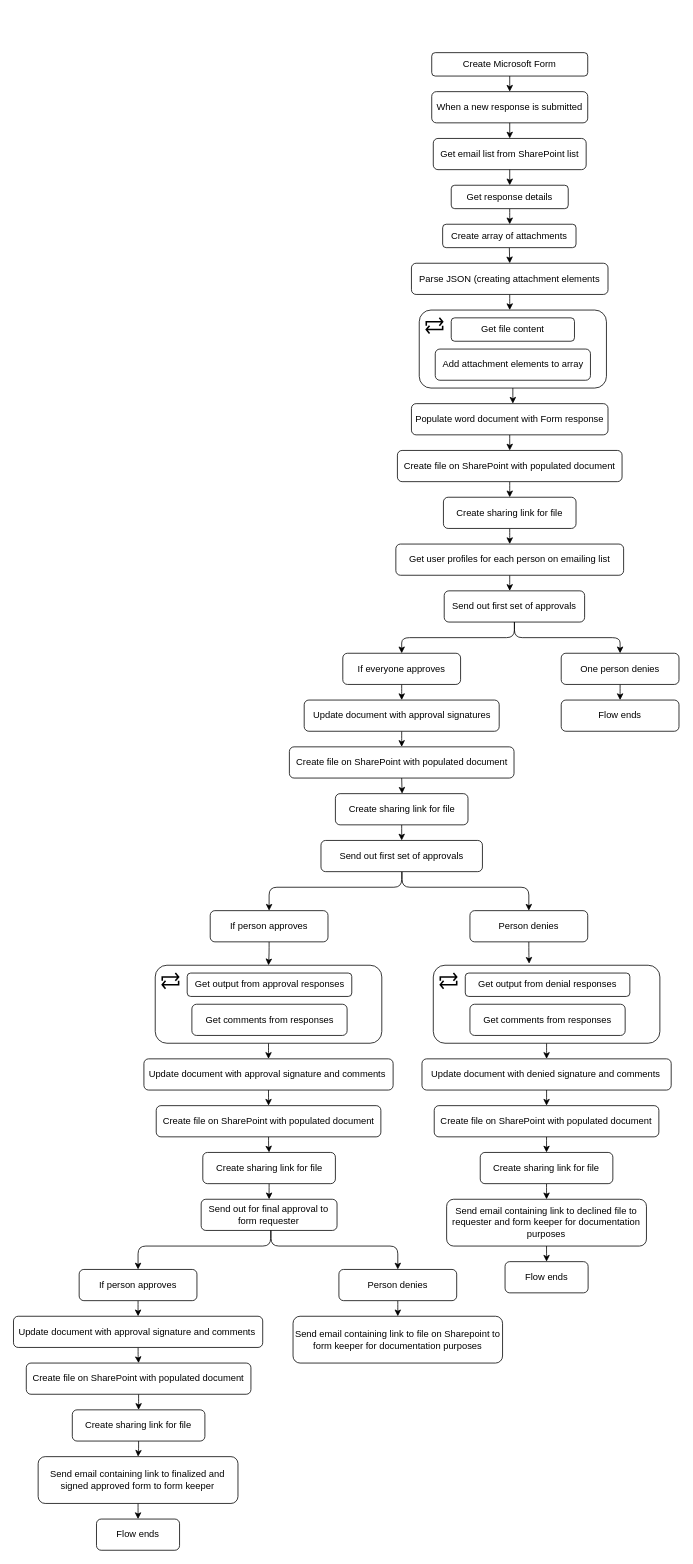
Earlier version of the draw.io diagram Untitled Diagram.drawio (DianaJimenez23/Leave-of-Absence-Request-Form-Automation). Source tidied: cells renumbered, new cells numbered last; positions are measured from the earlier drawing's top-left corner, leaving out a move shared by most shapes. Both pictures are drawn from the tidied source at 78%, with x=0, y=0 at pixel (13, 52).
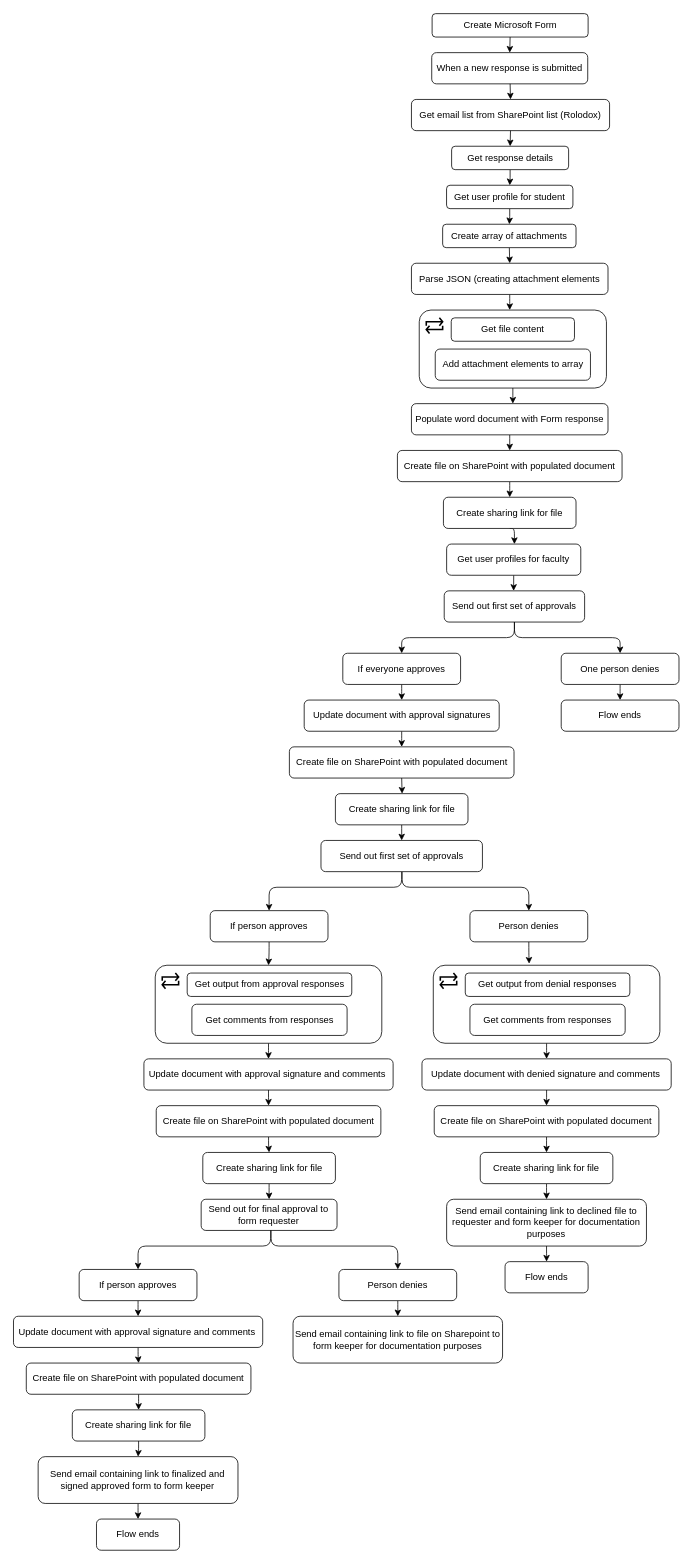
After the change.

Unchanged cells that the change refers to:
```xml
<mxCell id="9" value="Create array of attachments" style="whiteSpace=wrap;html=1;rounded=1;" parent="1" vertex="1">
  <mxGeometry x="550" y="220" width="171" height="30" as="geometry" />
</mxCell>
<mxCell id="25" value="Create sharing link for file" style="whiteSpace=wrap;html=1;rounded=1;" parent="1" vertex="1">
  <mxGeometry x="551" y="570" width="170" height="40" as="geometry" />
</mxCell>
```

Diff of the diagram source:
```diff
@@
     <mxCell id="2" value="When a new response is submitted" style="whiteSpace=wrap;html=1;fontSize=12;glass=0;strokeWidth=1;shadow=0;rounded=1;" parent="1" vertex="1">
-      <mxGeometry x="536" y="50" width="200" height="40" as="geometry" />
+      <mxGeometry x="536" width="200" height="40" as="geometry" />
     </mxCell>
-    <mxCell id="3" value="Get email list from SharePoint list" style="whiteSpace=wrap;html=1;rounded=1;" parent="1" vertex="1">
-      <mxGeometry x="538" y="110" width="196" height="40" as="geometry" />
+    <mxCell id="3" value="Get email list from SharePoint list (Rolodox)" style="whiteSpace=wrap;html=1;rounded=1;" parent="1" vertex="1">
+      <mxGeometry x="510" y="60" width="254" height="40" as="geometry" />
     </mxCell>
-    <mxCell id="4" style="edgeStyle=elbowEdgeStyle;jettySize=auto;html=1;exitX=0.5;exitY=1;exitDx=0;exitDy=0;" parent="1" edge="1" source="5" target="9">
-      <mxGeometry relative="1" as="geometry" />
-    </mxCell>
+    <mxCell id="95" style="edgeStyle=elbowEdgeStyle;rounded=0;jettySize=auto;elbow=vertical;html=1;exitX=0.5;exitY=1;exitDx=0;exitDy=0;entryX=0.5;entryY=0;entryDx=0;entryDy=0;" parent="1" edge="1" source="5" target="97">
+      <mxGeometry relative="1" as="geometry" />
+    </mxCell>
     <mxCell id="5" value="Get response details" style="whiteSpace=wrap;html=1;rounded=1;" parent="1" vertex="1">
-      <mxGeometry x="561" y="170" width="150" height="30" as="geometry" />
+      <mxGeometry x="561.5" y="120" width="150" height="30" as="geometry" />
     </mxCell>
@@
     <mxCell id="11" value="Create Microsoft Form" style="whiteSpace=wrap;html=1;rounded=1;" parent="1" vertex="1">
-      <mxGeometry x="536" width="200" height="30" as="geometry" />
+      <mxGeometry x="536.5" y="-50" width="200" height="30" as="geometry" />
     </mxCell>
@@
     <mxCell id="24" style="edgeStyle=elbowEdgeStyle;jettySize=auto;html=1;exitX=0.5;exitY=1;exitDx=0;exitDy=0;entryX=0.5;entryY=0;entryDx=0;entryDy=0;" parent="1" edge="1" source="25" target="27">
-      <mxGeometry relative="1" as="geometry" />
+      <mxGeometry relative="1" as="geometry">
+        <Array as="points">
+          <mxPoint x="642" y="610" />
+        </Array>
+      </mxGeometry>
     </mxCell>
@@
-    <mxCell id="27" value="Get user profiles for each person on emailing list" style="whiteSpace=wrap;html=1;strokeColor=#000000;strokeWidth=1;rounded=1;" parent="1" vertex="1">
-      <mxGeometry x="490" y="630" width="292" height="40" as="geometry" />
+    <mxCell id="27" value="Get user profiles for faculty" style="whiteSpace=wrap;html=1;strokeColor=#000000;strokeWidth=1;rounded=1;" parent="1" vertex="1">
+      <mxGeometry x="555.1" y="630" width="172" height="40" as="geometry" />
     </mxCell>
@@
+    <mxCell id="96" style="edgeStyle=elbowEdgeStyle;rounded=0;jettySize=auto;elbow=vertical;html=1;exitX=0.5;exitY=1;exitDx=0;exitDy=0;entryX=0.5;entryY=0;entryDx=0;entryDy=0;" parent="1" edge="1" source="97" target="9">
+      <mxGeometry relative="1" as="geometry" />
+    </mxCell>
+    <mxCell id="97" value="Get user profile for student" style="whiteSpace=wrap;html=1;rounded=1;" parent="1" vertex="1">
+      <mxGeometry x="555" y="170" width="162" height="30" as="geometry" />
+    </mxCell>
```
